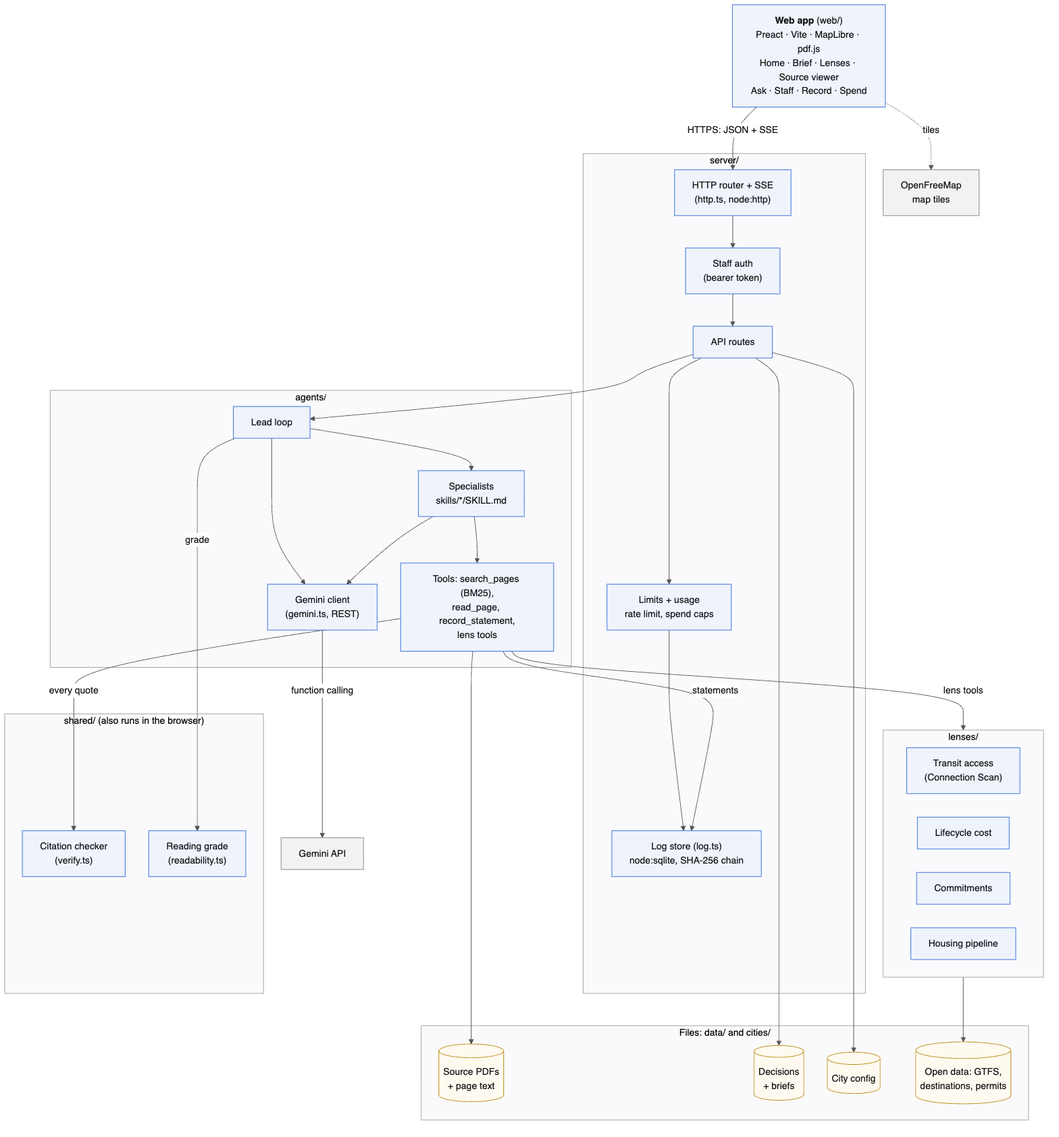
Above: docs/uml/component.png in RichardLi-1/municipal-agents (Mermaid), before the change. Its source is kept beside it as docs/uml/component.mmd. Its diagram source:
```mermaid
flowchart TB
  web["<b>Web app</b> (web/)<br/>Preact · Vite · MapLibre · pdf.js<br/>Home · Brief · Lenses · Source viewer<br/>Ask · Staff · Record · Spend"]
  tiles["OpenFreeMap<br/>map tiles"]

  subgraph server["server/"]
    s1["HTTP router + SSE<br/>(http.ts, node:http)"]
    s4["Staff auth<br/>(bearer token)"]
    s2["API routes"]
    s6["Limits + usage<br/>rate limit, spend caps"]
    s5["Log store (log.ts)<br/>node:sqlite, SHA-256 chain"]
  end

  subgraph agents["agents/"]
    a1["Lead loop"]
    a2["Specialists<br/>skills/*/SKILL.md"]
    a3["Tools: search_pages (BM25),<br/>read_page, record_statement,<br/>lens tools"]
    a6["Gemini client<br/>(gemini.ts, REST)"]
  end

  subgraph shared["shared/ (also runs in the browser)"]
    v1["Citation checker<br/>(verify.ts)"]
    v2["Reading grade<br/>(readability.ts)"]
  end

  subgraph lenses["lenses/"]
    direction LR
    l1["Transit access<br/>(Connection Scan)"]
    l2["Lifecycle cost"]
    l3["Commitments"]
    l4["Housing pipeline"]
  end

  subgraph data["Files: data/ and cities/"]
    direction LR
    d1[("Source PDFs<br/>+ page text")]
    d2[("Decisions<br/>+ briefs")]
    d5[("City config")]
    d4[("Open data: GTFS,<br/>destinations, permits")]
  end

  gem["Gemini API"]

  web -- "HTTPS: JSON + SSE" --> s1
  web -. "tiles" .-> tiles
  s1 --> s4 --> s2
  s2 --> s6 --> s5
  s2 --> a1
  a1 --> a2 --> a3
  a1 & a2 --> a6
  a6 -- "function calling" --> gem
  a3 -- "every quote" --> v1
  a1 -- "grade" --> v2
  a3 -- "statements" --> s5
  a3 -- "lens tools" --> lenses
  a3 --> d1
  s2 --> d2 & d5
  lenses --> d4

  classDef ext fill:#f2f2f2,stroke:#777,color:#111
  classDef file fill:#fffaf0,stroke:#b8860b,color:#111
  class gem,tiles ext
  class d1,d2,d4,d5 file
```
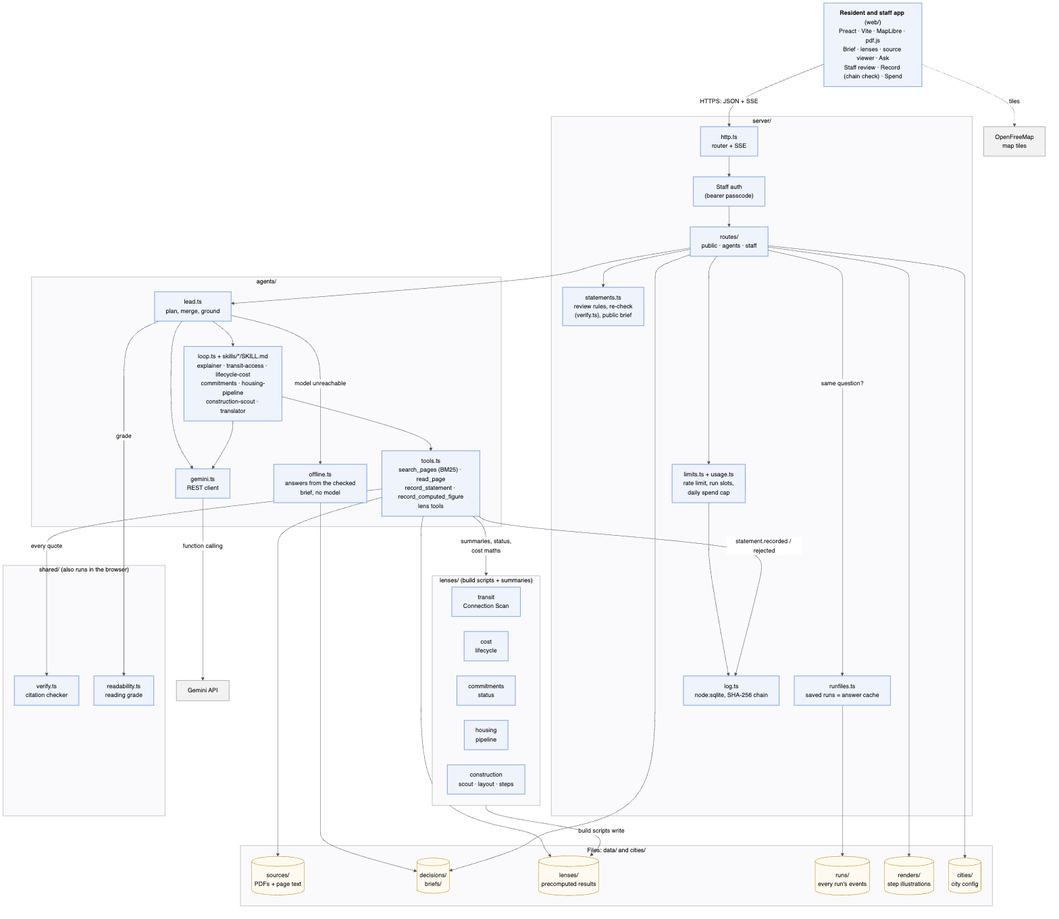
After the change.

Change to the diagram source:
```diff
@@ -1,41 +1,47 @@
 flowchart TB
-  web["<b>Web app</b> (web/)<br/>Preact · Vite · MapLibre · pdf.js<br/>Home · Brief · Lenses · Source viewer<br/>Ask · Staff · Record · Spend"]
+  web["<b>Resident and staff app</b> (web/)<br/>Preact · Vite · MapLibre · pdf.js<br/>Brief · lenses · source viewer · Ask<br/>Staff review · Record (chain check) · Spend"]
   tiles["OpenFreeMap<br/>map tiles"]
 
   subgraph server["server/"]
-    s1["HTTP router + SSE<br/>(http.ts, node:http)"]
-    s4["Staff auth<br/>(bearer token)"]
-    s2["API routes"]
-    s6["Limits + usage<br/>rate limit, spend caps"]
-    s5["Log store (log.ts)<br/>node:sqlite, SHA-256 chain"]
+    s1["http.ts<br/>router + SSE"]
+    s4["Staff auth<br/>(bearer passcode)"]
+    s2["routes/<br/>public · agents · staff"]
+    s6["limits.ts + usage.ts<br/>rate limit, run slots,<br/>daily spend cap"]
+    s7["runfiles.ts<br/>saved runs = answer cache"]
+    s8["statements.ts<br/>review rules, re-check<br/>(verify.ts), public brief"]
+    s5["log.ts<br/>node:sqlite, SHA-256 chain"]
   end
 
   subgraph agents["agents/"]
-    a1["Lead loop"]
-    a2["Specialists<br/>skills/*/SKILL.md"]
-    a3["Tools: search_pages (BM25),<br/>read_page, record_statement,<br/>lens tools"]
-    a6["Gemini client<br/>(gemini.ts, REST)"]
+    a1["lead.ts<br/>plan, merge, ground"]
+    a2["loop.ts + skills/*/SKILL.md<br/>explainer · transit-access · lifecycle-cost<br/>commitments · housing-pipeline<br/>construction-scout · translator"]
+    a3["tools.ts<br/>search_pages (BM25) · read_page<br/>record_statement · record_computed_figure<br/>lens tools"]
+    a7["offline.ts<br/>answers from the checked<br/>brief, no model"]
+    a6["gemini.ts<br/>REST client"]
   end
 
   subgraph shared["shared/ (also runs in the browser)"]
-    v1["Citation checker<br/>(verify.ts)"]
-    v2["Reading grade<br/>(readability.ts)"]
+    v1["verify.ts<br/>citation checker"]
+    v2["readability.ts<br/>reading grade"]
   end
 
-  subgraph lenses["lenses/"]
+  subgraph lenses["lenses/ (build scripts + summaries)"]
     direction LR
-    l1["Transit access<br/>(Connection Scan)"]
-    l2["Lifecycle cost"]
-    l3["Commitments"]
-    l4["Housing pipeline"]
+    l1["transit<br/>Connection Scan"]
+    l2["cost<br/>lifecycle"]
+    l3["commitments<br/>status"]
+    l4["housing<br/>pipeline"]
+    l5["construction<br/>scout · layout · steps"]
   end
 
   subgraph data["Files: data/ and cities/"]
     direction LR
-    d1[("Source PDFs<br/>+ page text")]
-    d2[("Decisions<br/>+ briefs")]
-    d5[("City config")]
-    d4[("Open data: GTFS,<br/>destinations, permits")]
+    d1[("sources/<br/>PDFs + page text")]
+    d2[("decisions/<br/>briefs/")]
+    d6[("lenses/<br/>precomputed results")]
+    d7[("runs/<br/>every run's events")]
+    d8[("renders/<br/>step illustrations")]
+    d5[("cities/<br/>city config")]
   end
 
   gem["Gemini API"]
@@ -44,19 +50,25 @@
   web -. "tiles" .-> tiles
   s1 --> s4 --> s2
   s2 --> s6 --> s5
+  s2 -- "same question?" --> s7
+  s2 --> s8
   s2 --> a1
   a1 --> a2 --> a3
+  a1 -- "model unreachable" --> a7
   a1 & a2 --> a6
   a6 -- "function calling" --> gem
   a3 -- "every quote" --> v1
   a1 -- "grade" --> v2
-  a3 -- "statements" --> s5
-  a3 -- "lens tools" --> lenses
+  a3 -- "statement.recorded / rejected" --> s5
+  a3 -- "summaries, status,<br/>cost maths" --> lenses
   a3 --> d1
-  s2 --> d2 & d5
-  lenses --> d4
+  a3 --> d6
+  a7 --> d2
+  s7 --> d7
+  s2 --> d2 & d5 & d8
+  lenses -- "build scripts write" --> d6
 
   classDef ext fill:#f2f2f2,stroke:#777,color:#111
   classDef file fill:#fffaf0,stroke:#b8860b,color:#111
   class gem,tiles ext
-  class d1,d2,d4,d5 file
+  class d1,d2,d5,d6,d7,d8 file
```
